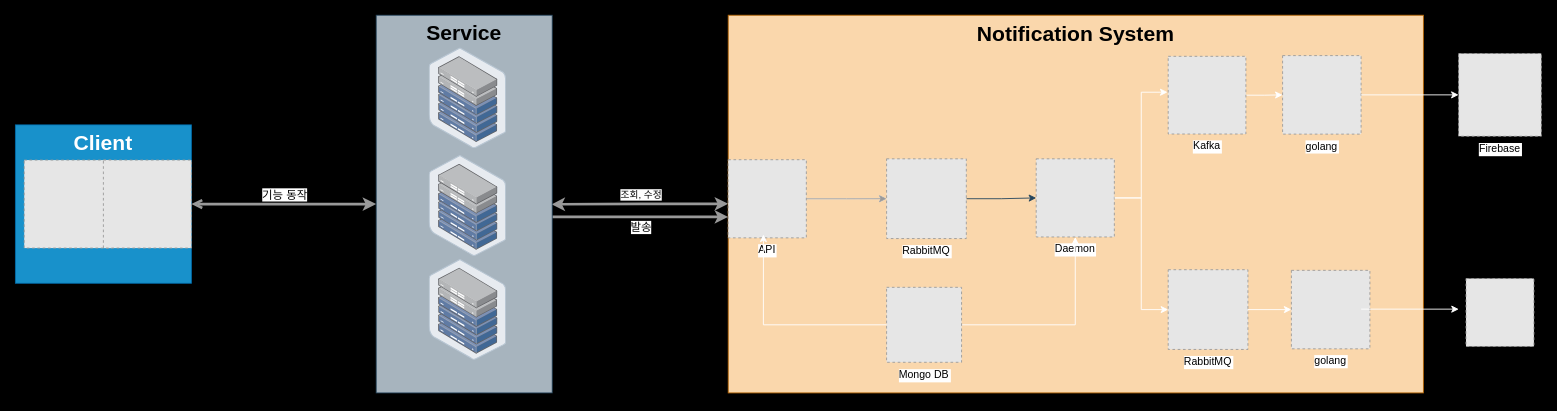
This is page "Page-1" (1 of 2) of architecture/notification.drawio from TreeStone94/drawio, a draw.io file, before an edit. Source tidied: cells renumbered, new cells numbered last; positions are measured from the earlier drawing's top-left corner, leaving out a move shared by most shapes. Both pictures are drawn from the tidied source at 88%, with x=0, y=0 at pixel (15, 15). Pictures stored in the file or linked from it are replaced by grey dashed boxes.
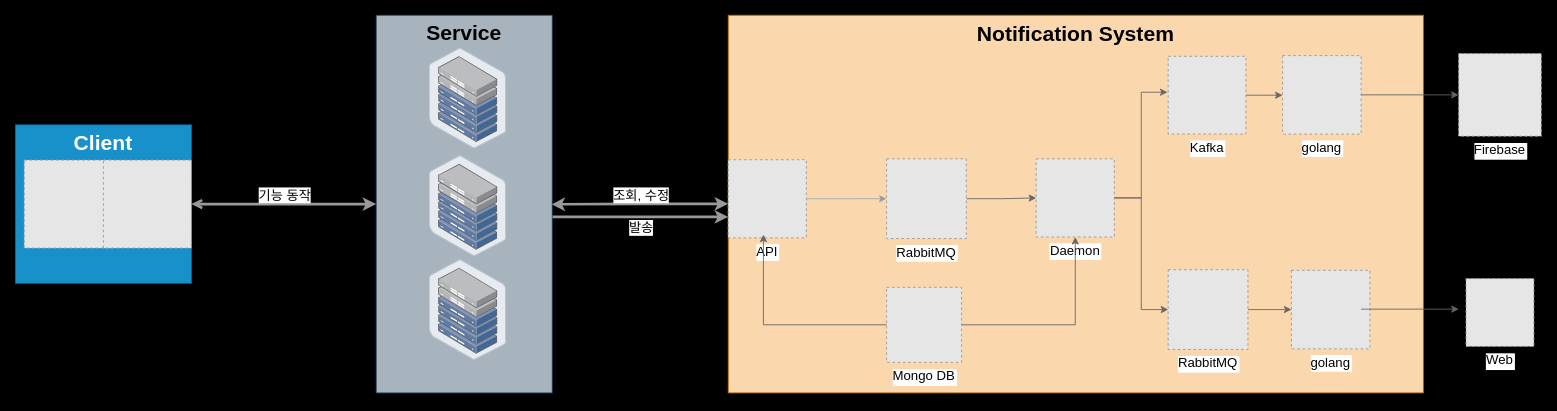
The same page after the edit.

The change refers to these unchanged cells:
```xml
<mxCell id="2" style="edgeStyle=orthogonalEdgeStyle;rounded=0;jettySize=auto;html=1;strokeColor=#999999;strokeWidth=3;startArrow=open;startFill=0;fillColor=#bac8d3;" parent="1" edge="1" source="4" target="31">
  <mxGeometry relative="1" as="geometry" />
</mxCell>
<mxCell id="7" style="rounded=0;orthogonalLoop=1;jettySize=auto;html=1;strokeColor=#999999;strokeWidth=3;fillColor=#bac8d3;" parent="1" edge="1">
  <mxGeometry relative="1" as="geometry">
    <mxPoint x="610" y="229" as="sourcePoint" />
    <mxPoint x="810" y="229" as="targetPoint" />
  </mxGeometry>
</mxCell>
<mxCell id="9" style="edgeStyle=orthogonalEdgeStyle;rounded=0;orthogonalLoop=1;jettySize=auto;html=1;exitX=0;exitY=0.75;exitDx=0;exitDy=0;entryX=0.996;entryY=0.539;entryDx=0;entryDy=0;entryPerimeter=0;strokeColor=#999999;endArrow=classic;endFill=1;startArrow=classic;startFill=1;fontSize=14;strokeWidth=3;fillColor=#bac8d3;" parent="1" edge="1">
  <mxGeometry relative="1" as="geometry">
    <mxPoint x="810" y="214.1" as="sourcePoint" />
    <mxPoint x="609.2" y="214.7" as="targetPoint" />
    <Array as="points">
      <mxPoint x="710" y="214.6" />
    </Array>
  </mxGeometry>
</mxCell>
<mxCell id="11" value="Notification System" style="group;fillColor=#fad7ac;strokeColor=#b46504;fontSize=24;fontStyle=1;" parent="1" vertex="1">
  <mxGeometry x="810" y="-0.2" width="790" height="429.2" as="geometry" />
</mxCell>
```

Change to the diagram source:
```diff
@@
-    <mxCell id="3" value="기능 동작" style="edgeLabel;html=1;align=center;verticalAlign=middle;fontSize=13;" parent="2" vertex="1">
+    <mxCell id="3" value="기능 동작" style="edgeLabel;html=1;align=center;verticalAlign=middle;fontSize=15;fontStyle=0;" parent="2" vertex="1">
       <mxGeometry relative="1" as="geometry">
         <mxPoint y="-11" as="offset" />
       </mxGeometry>
     </mxCell>
@@
-    <mxCell id="8" value="발송" style="edgeLabel;html=1;align=center;verticalAlign=middle;fontSize=13;" parent="7" vertex="1">
+    <mxCell id="8" value="발송" style="edgeLabel;html=1;align=center;verticalAlign=middle;fontSize=15;" parent="7" vertex="1">
       <mxGeometry relative="1" as="geometry">
         <mxPoint y="11" as="offset" />
       </mxGeometry>
     </mxCell>
@@
-    <mxCell id="10" value="조회, 수정" style="edgeLabel;html=1;align=center;verticalAlign=middle;" parent="9" vertex="1">
+    <mxCell id="10" value="조회, 수정" style="edgeLabel;html=1;align=center;verticalAlign=middle;fontStyle=0;fontSize=15;" parent="9" vertex="1">
       <mxGeometry relative="1" as="geometry">
         <mxPoint y="-11" as="offset" />
       </mxGeometry>
     </mxCell>
@@
-    <mxCell id="12" style="edgeStyle=orthogonalEdgeStyle;rounded=0;jettySize=auto;html=1;strokeColor=#23445d;fillColor=#bac8d3;" parent="11" edge="1" source="13" target="17">
+    <mxCell id="12" style="edgeStyle=orthogonalEdgeStyle;rounded=0;jettySize=auto;html=1;strokeColor=#666666;fillColor=#f5f5f5;" parent="11" edge="1" source="13" target="17">
       <mxGeometry relative="1" as="geometry" />
     </mxCell>
-    <mxCell id="13" value="RabbitMQ" style="fillColor=#E6E6E6;strokeColor=#999999;dashed=1;verticalLabelPosition=bottom;labelBackgroundColor=#ffffff;verticalAlign=top;" parent="11" vertex="1">
+    <mxCell id="13" value="RabbitMQ" style="fillColor=#E6E6E6;strokeColor=#999999;dashed=1;verticalLabelPosition=bottom;labelBackgroundColor=#ffffff;verticalAlign=top;fontSize=15;" parent="11" vertex="1">
       <mxGeometry x="180" y="163.2" width="90.6" height="90.6" as="geometry" />
     </mxCell>
@@
-    <mxCell id="15" value="API" style="fillColor=#E6E6E6;strokeColor=#999999;dashed=1;verticalLabelPosition=bottom;labelBackgroundColor=default;verticalAlign=top;" parent="11" vertex="1">
+    <mxCell id="15" value="API" style="fillColor=#E6E6E6;strokeColor=#999999;dashed=1;verticalLabelPosition=bottom;labelBackgroundColor=default;verticalAlign=top;fontSize=15;" parent="11" vertex="1">
       <mxGeometry y="164.2" width="88.8" height="88.8" as="geometry" />
     </mxCell>
-    <mxCell id="16" style="edgeStyle=orthogonalEdgeStyle;rounded=0;jettySize=auto;html=1;exitX=1;exitY=0.5;exitDx=0;exitDy=0;entryX=0;entryY=0.5;entryDx=0;entryDy=0;strokeColor=#FFFFFF;" parent="11" edge="1" source="17" target="21">
+    <mxCell id="16" style="edgeStyle=orthogonalEdgeStyle;rounded=0;jettySize=auto;html=1;exitX=1;exitY=0.5;exitDx=0;exitDy=0;entryX=0;entryY=0.5;entryDx=0;entryDy=0;strokeColor=#666666;fillColor=#f5f5f5;" parent="11" edge="1" source="17" target="21">
       <mxGeometry relative="1" as="geometry" />
     </mxCell>
-    <mxCell id="17" value="Daemon" style="fillColor=#E6E6E6;strokeColor=#999999;dashed=1;verticalLabelPosition=bottom;labelBackgroundColor=default;verticalAlign=top;" parent="11" vertex="1">
+    <mxCell id="17" value="Daemon" style="fillColor=#E6E6E6;strokeColor=#999999;dashed=1;verticalLabelPosition=bottom;labelBackgroundColor=default;verticalAlign=top;fontSize=15;" parent="11" vertex="1">
       <mxGeometry x="350" y="163.2" width="88.8" height="88.8" as="geometry" />
     </mxCell>
@@
-    <mxCell id="19" value="golang" style="fillColor=#E6E6E6;strokeColor=#999999;dashed=1;verticalLabelPosition=bottom;labelBackgroundColor=default;verticalAlign=top;" parent="11" vertex="1">
+    <mxCell id="19" value="golang" style="fillColor=#E6E6E6;strokeColor=#999999;dashed=1;verticalLabelPosition=bottom;labelBackgroundColor=default;verticalAlign=top;fontSize=15;" parent="11" vertex="1">
       <mxGeometry x="630" y="45.9" width="89.2" height="89.2" as="geometry" />
     </mxCell>
-    <mxCell id="20" style="edgeStyle=orthogonalEdgeStyle;rounded=0;jettySize=auto;html=1;exitX=1;exitY=0.5;exitDx=0;exitDy=0;strokeColor=#FFFFFF;" parent="11" edge="1" source="21" target="22">
+    <mxCell id="20" style="edgeStyle=orthogonalEdgeStyle;rounded=0;jettySize=auto;html=1;exitX=1;exitY=0.5;exitDx=0;exitDy=0;strokeColor=#666666;fillColor=#f5f5f5;" parent="11" edge="1" source="21" target="22">
       <mxGeometry relative="1" as="geometry" />
     </mxCell>
-    <mxCell id="21" value="RabbitMQ" style="fillColor=#E6E6E6;strokeColor=#999999;dashed=1;verticalLabelPosition=bottom;labelBackgroundColor=#ffffff;verticalAlign=top;" parent="11" vertex="1">
+    <mxCell id="21" value="RabbitMQ" style="fillColor=#E6E6E6;strokeColor=#999999;dashed=1;verticalLabelPosition=bottom;labelBackgroundColor=#ffffff;verticalAlign=top;fontSize=15;" parent="11" vertex="1">
       <mxGeometry x="500" y="289.2" width="90.6" height="90.6" as="geometry" />
     </mxCell>
-    <mxCell id="22" value="golang" style="fillColor=#E6E6E6;strokeColor=#999999;dashed=1;verticalLabelPosition=bottom;labelBackgroundColor=default;verticalAlign=top;" parent="11" vertex="1">
+    <mxCell id="22" value="golang" style="fillColor=#E6E6E6;strokeColor=#999999;dashed=1;verticalLabelPosition=bottom;labelBackgroundColor=default;verticalAlign=top;fontSize=15;" parent="11" vertex="1">
       <mxGeometry x="640" y="289.9" width="89.2" height="89.2" as="geometry" />
     </mxCell>
-    <mxCell id="23" style="edgeStyle=orthogonalEdgeStyle;rounded=0;jettySize=auto;html=1;exitX=1;exitY=0.5;exitDx=0;exitDy=0;strokeColor=#FFFFFF;" parent="11" edge="1" source="24" target="19">
-      <mxGeometry relative="1" as="geometry" />
+    <mxCell id="23" style="edgeStyle=orthogonalEdgeStyle;rounded=0;jettySize=auto;html=1;exitX=1;exitY=0.5;exitDx=0;exitDy=0;strokeColor=#666666;fillColor=#f5f5f5;" parent="11" edge="1" source="24" target="19">
+      <mxGeometry relative="1" as="geometry">
+        <Array as="points">
+          <mxPoint x="600" y="91" />
+          <mxPoint x="600" y="91" />
+        </Array>
+      </mxGeometry>
     </mxCell>
-    <mxCell id="24" value="Kafka" style="fillColor=#E6E6E6;strokeColor=#999999;dashed=1;verticalLabelPosition=bottom;labelBackgroundColor=default;verticalAlign=top;" parent="11" vertex="1">
+    <mxCell id="24" value="Kafka" style="fillColor=#E6E6E6;strokeColor=#999999;dashed=1;verticalLabelPosition=bottom;labelBackgroundColor=default;verticalAlign=top;fontSize=15;" parent="11" vertex="1">
       <mxGeometry x="500" y="46.7" width="88.3" height="88.3" as="geometry" />
     </mxCell>
-    <mxCell id="25" style="edgeStyle=orthogonalEdgeStyle;rounded=0;jettySize=auto;html=1;entryX=-0.009;entryY=0.462;entryDx=0;entryDy=0;entryPerimeter=0;strokeColor=#FFFFFF;" parent="11" edge="1" source="17" target="24">
+    <mxCell id="25" style="edgeStyle=orthogonalEdgeStyle;rounded=0;jettySize=auto;html=1;entryX=-0.009;entryY=0.462;entryDx=0;entryDy=0;entryPerimeter=0;strokeColor=#666666;fillColor=#f5f5f5;" parent="11" edge="1" source="17" target="24">
       <mxGeometry relative="1" as="geometry" />
     </mxCell>
-    <mxCell id="26" style="edgeStyle=orthogonalEdgeStyle;rounded=0;jettySize=auto;html=1;exitX=1;exitY=0.5;exitDx=0;exitDy=0;strokeColor=#FFFFFF;" parent="11" edge="1" source="27" target="17">
+    <mxCell id="26" style="edgeStyle=orthogonalEdgeStyle;rounded=0;jettySize=auto;html=1;exitX=1;exitY=0.5;exitDx=0;exitDy=0;strokeColor=#666666;fillColor=#f5f5f5;" parent="11" edge="1" source="27" target="17">
       <mxGeometry relative="1" as="geometry" />
     </mxCell>
-    <mxCell id="27" value="Mongo DB" style="fillColor=#E6E6E6;strokeColor=#999999;dashed=1;verticalLabelPosition=bottom;labelBackgroundColor=default;verticalAlign=top;" parent="11" vertex="1">
+    <mxCell id="27" value="Mongo DB" style="fillColor=#E6E6E6;strokeColor=#999999;dashed=1;verticalLabelPosition=bottom;labelBackgroundColor=default;verticalAlign=top;fontSize=15;" parent="11" vertex="1">
       <mxGeometry x="180" y="309.2" width="85.2" height="85.2" as="geometry" />
     </mxCell>
-    <mxCell id="28" style="edgeStyle=orthogonalEdgeStyle;rounded=0;jettySize=auto;html=1;exitX=0;exitY=0.5;exitDx=0;exitDy=0;entryX=0.451;entryY=0.958;entryDx=0;entryDy=0;entryPerimeter=0;strokeColor=#FFFFFF;" parent="11" edge="1" source="27" target="15">
+    <mxCell id="28" style="edgeStyle=orthogonalEdgeStyle;rounded=0;jettySize=auto;html=1;exitX=0;exitY=0.5;exitDx=0;exitDy=0;entryX=0.451;entryY=0.958;entryDx=0;entryDy=0;entryPerimeter=0;strokeColor=#666666;fillColor=#f5f5f5;" parent="11" edge="1" source="27" target="15">
       <mxGeometry relative="1" as="geometry" />
     </mxCell>
-    <mxCell id="29" style="edgeStyle=orthogonalEdgeStyle;rounded=0;orthogonalLoop=1;jettySize=auto;html=1;exitX=1;exitY=0.5;exitDx=0;exitDy=0;fontColor=#FFFFFF;strokeColor=#FFFFFF;" parent="11" edge="1">
+    <mxCell id="29" style="edgeStyle=orthogonalEdgeStyle;rounded=0;orthogonalLoop=1;jettySize=auto;html=1;exitX=1;exitY=0.5;exitDx=0;exitDy=0;fontColor=#FFFFFF;strokeColor=#666666;fillColor=#f5f5f5;" parent="11" edge="1">
       <mxGeometry relative="1" as="geometry">
         <mxPoint x="719.2" y="334" as="sourcePoint" />
         <mxPoint x="830.2" y="334" as="targetPoint" />
       </mxGeometry>
     </mxCell>
@@
-    <mxCell id="35" value="Firebase" style="fillColor=#E6E6E6;strokeColor=#999999;dashed=1;verticalLabelPosition=bottom;labelBackgroundColor=default;verticalAlign=top;" parent="1" vertex="1">
+    <mxCell id="35" value="Firebase" style="fillColor=#E6E6E6;strokeColor=#999999;dashed=1;verticalLabelPosition=bottom;labelBackgroundColor=default;verticalAlign=top;fontSize=15;" parent="1" vertex="1">
       <mxGeometry x="1640" y="43.3" width="94" height="94" as="geometry" />
     </mxCell>
-    <mxCell id="36" style="edgeStyle=orthogonalEdgeStyle;rounded=0;jettySize=auto;html=1;exitX=1;exitY=0.5;exitDx=0;exitDy=0;fontColor=#FFFFFF;strokeColor=#FFFFFF;" parent="1" edge="1" source="19" target="35">
+    <mxCell id="36" style="edgeStyle=orthogonalEdgeStyle;rounded=0;jettySize=auto;html=1;exitX=1;exitY=0.5;exitDx=0;exitDy=0;fontColor=#FFFFFF;strokeColor=#666666;fillColor=#f5f5f5;" parent="1" edge="1" source="19" target="35">
       <mxGeometry relative="1" as="geometry" />
     </mxCell>
-    <mxCell id="37" style="fillColor=#E6E6E6;strokeColor=#999999;dashed=1;verticalLabelPosition=bottom;labelBackgroundColor=default;verticalAlign=top;" parent="1" vertex="1">
+    <mxCell id="37" value="Web" style="fillColor=#E6E6E6;strokeColor=#999999;dashed=1;verticalLabelPosition=bottom;labelBackgroundColor=default;verticalAlign=top;fontSize=15;" parent="1" vertex="1">
       <mxGeometry x="1648.4" y="299" width="77.2" height="77.2" as="geometry" />
     </mxCell>
```
